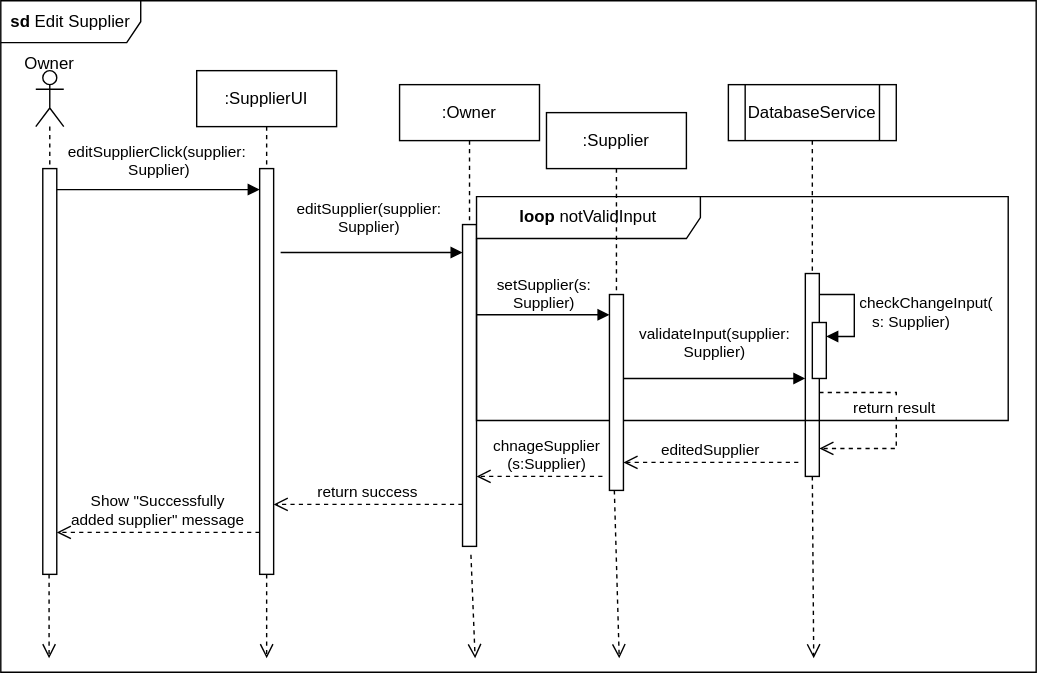
This is edit_sup.svg from Simamkele88/IFM3_GP, a draw.io export, as it was before one commit. Source tidied: cells renumbered, new cells last; positions are measured from the earlier drawing's top-left corner, leaving out a move shared by most shapes.
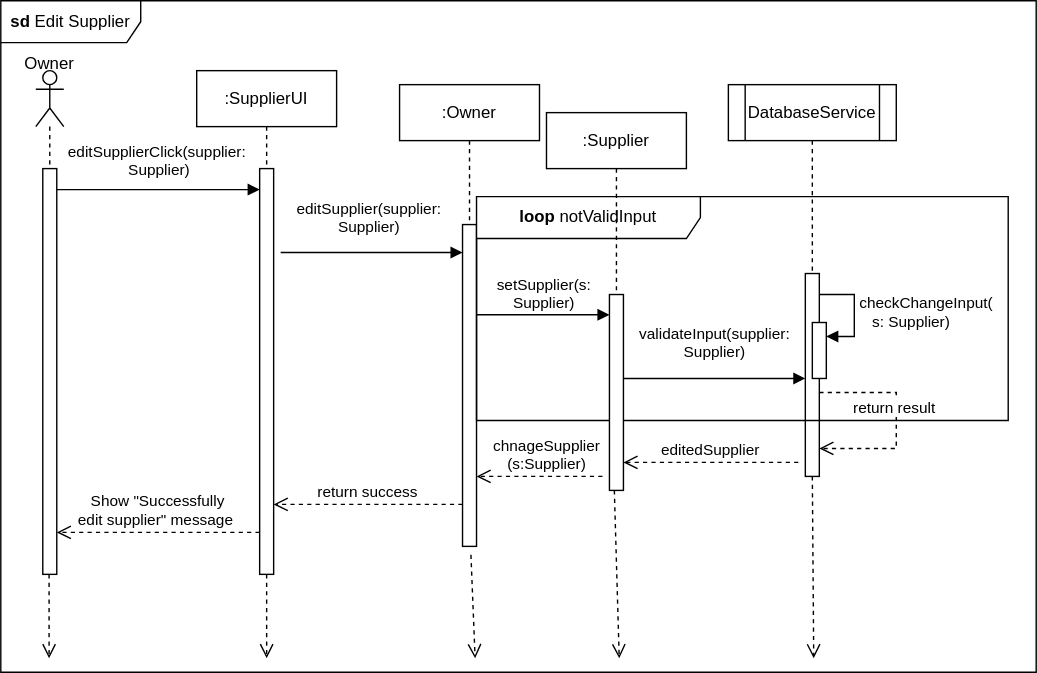
The same file after the commit.

Change to the diagram source:
```diff
@@ -85,7 +85,7 @@
         <mxPoint x="195" y="360" as="targetPoint" />
       </mxGeometry>
     </mxCell>
-    <mxCell id="22" value="Show &quot;Successfully&lt;div&gt;added supplier&quot; message&lt;/div&gt;" style="html=1;verticalAlign=bottom;endArrow=open;dashed=1;endSize=8;curved=0;rounded=0;" parent="1" edge="1">
+    <mxCell id="22" value="Show &quot;Successfully&lt;div&gt;edit supplier&quot; message&amp;nbsp;&lt;/div&gt;" style="html=1;verticalAlign=bottom;endArrow=open;dashed=1;endSize=8;curved=0;rounded=0;" parent="1" edge="1">
       <mxGeometry relative="1" as="geometry">
         <mxPoint x="185" y="380" as="sourcePoint" />
         <mxPoint x="40" y="380" as="targetPoint" />
```
